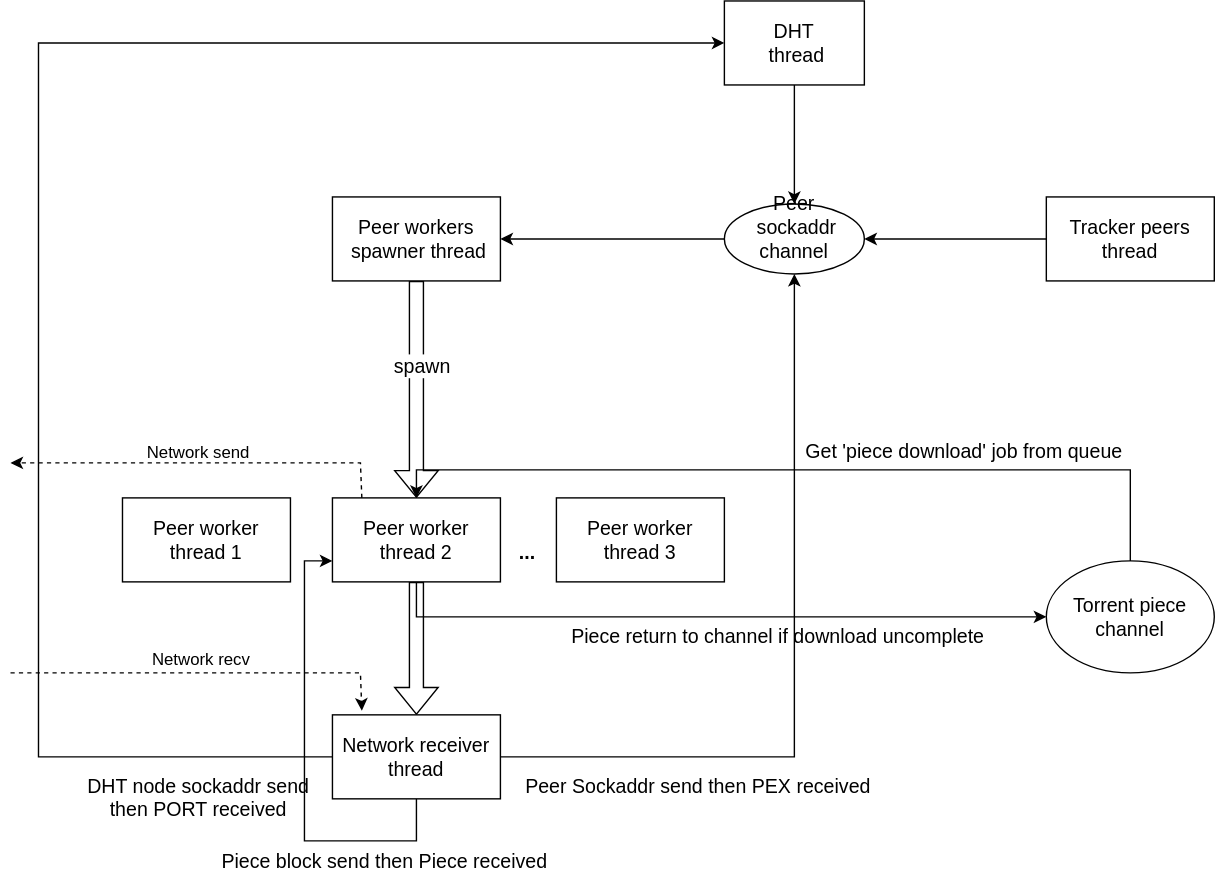
Earlier version of the draw.io export etc/get-torrent.drawio.svg (h04x/get-torrent). Source tidied: cells renumbered, new cells last; positions are measured from the earlier drawing's top-left corner, leaving out a move shared by most shapes.
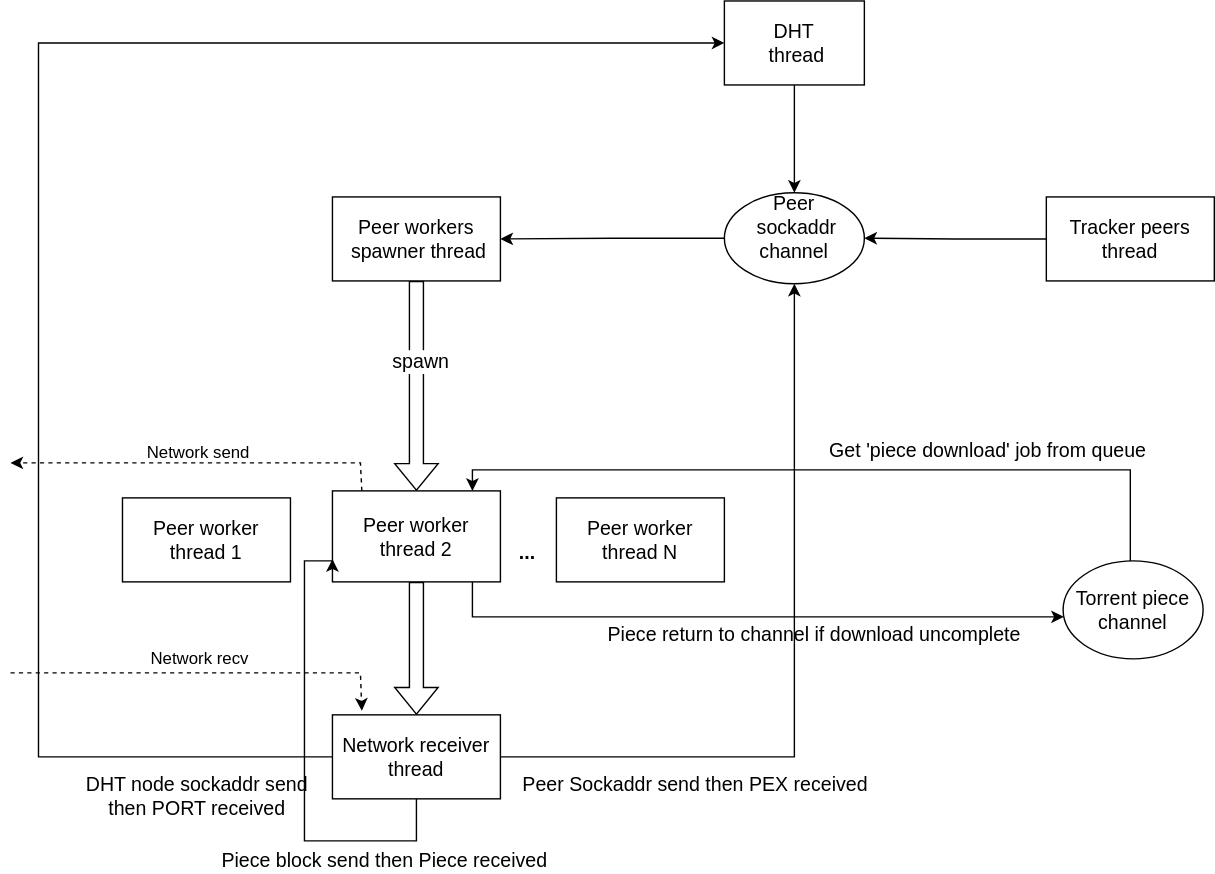
The same file after the commit.

Change to the diagram source:
```diff
@@ -6,7 +6,7 @@
       <mxGeometry relative="1" as="geometry" />
     </mxCell>
     <mxCell id="3" value="&lt;div&gt;Peer&lt;/div&gt;&lt;div&gt;&amp;nbsp;sockaddr channel&lt;/div&gt;&lt;div&gt;&lt;br&gt;&lt;/div&gt;" style="ellipse;whiteSpace=wrap;html=1;fontSize=14;" parent="1" vertex="1">
-      <mxGeometry x="510" y="145" width="100" height="50" as="geometry" />
+      <mxGeometry x="510" y="137" width="100" height="65" as="geometry" />
     </mxCell>
     <mxCell id="4" style="edgeStyle=orthogonalEdgeStyle;rounded=0;jettySize=auto;html=1;fontSize=14;" parent="1" edge="1" source="5" target="3">
       <mxGeometry relative="1" as="geometry" />
@@ -31,7 +31,7 @@
     <mxCell id="10" style="edgeStyle=orthogonalEdgeStyle;rounded=0;jettySize=auto;html=1;fontSize=14;" parent="1" edge="1" source="12" target="28">
       <mxGeometry relative="1" as="geometry">
         <Array as="points">
-          <mxPoint x="290" y="440" />
+          <mxPoint x="330" y="440" />
         </Array>
       </mxGeometry>
     </mxCell>
@@ -41,12 +41,12 @@
       </mxGeometry>
     </mxCell>
     <mxCell id="12" value="Peer worker thread 2" style="rounded=0;whiteSpace=wrap;html=1;fontSize=14;" parent="1" vertex="1">
-      <mxGeometry x="230" y="355" width="120" height="60" as="geometry" />
+      <mxGeometry x="230" y="350" width="120" height="65" as="geometry" />
     </mxCell>
     <mxCell id="13" value="&lt;div&gt;Peer worker&lt;br&gt;&lt;/div&gt;&lt;div&gt;thread 1&lt;br&gt;&lt;/div&gt;" style="rounded=0;whiteSpace=wrap;html=1;fontSize=14;" parent="1" vertex="1">
       <mxGeometry x="80" y="355" width="120" height="60" as="geometry" />
     </mxCell>
-    <mxCell id="14" value="&lt;div&gt;Peer worker thread 3&lt;br&gt;&lt;/div&gt;" style="rounded=0;whiteSpace=wrap;html=1;fontSize=14;" parent="1" vertex="1">
+    <mxCell id="14" value="&lt;div&gt;Peer worker thread N&lt;br&gt;&lt;/div&gt;" style="rounded=0;whiteSpace=wrap;html=1;fontSize=14;" parent="1" vertex="1">
       <mxGeometry x="390" y="355" width="120" height="60" as="geometry" />
     </mxCell>
     <mxCell id="15" style="edgeStyle=orthogonalEdgeStyle;rounded=0;jettySize=auto;html=1;entryX=0.5;entryY=0;entryDx=0;entryDy=0;fontSize=14;exitX=0.5;exitY=1;exitDx=0;exitDy=0;" parent="1" edge="1" source="16" target="3">
@@ -99,11 +99,13 @@
     <mxCell id="25" value="&lt;b&gt;...&lt;/b&gt;" style="text;html=1;align=center;verticalAlign=middle;strokeColor=none;fillColor=none;fontSize=14;" parent="1" vertex="1">
       <mxGeometry x="354" y="384" width="30" height="20" as="geometry" />
     </mxCell>
-    <mxCell id="26" style="edgeStyle=orthogonalEdgeStyle;rounded=0;jettySize=auto;html=1;entryX=0.5;entryY=0;entryDx=0;entryDy=0;fontSize=14;" parent="1" edge="1" source="28" target="12">
+    <mxCell id="26" style="edgeStyle=orthogonalEdgeStyle;rounded=0;jettySize=auto;html=1;fontSize=14;" parent="1" edge="1" source="28">
       <mxGeometry relative="1" as="geometry">
+        <mxPoint x="330" y="350" as="targetPoint" />
         <Array as="points">
           <mxPoint x="800" y="335" />
-          <mxPoint x="290" y="335" />
+          <mxPoint x="330" y="335" />
+          <mxPoint x="330" y="350" />
         </Array>
       </mxGeometry>
     </mxCell>
@@ -113,7 +115,7 @@
       </mxGeometry>
     </mxCell>
     <mxCell id="28" value="Torrent piece channel" style="ellipse;whiteSpace=wrap;html=1;fontSize=14;" parent="1" vertex="1">
-      <mxGeometry x="740" y="400" width="120" height="80" as="geometry" />
+      <mxGeometry x="752" y="400" width="100" height="70" as="geometry" />
     </mxCell>
     <mxCell id="29" style="endArrow=classic;html=1;rounded=0;exitX=0.175;exitY=0;exitDx=0;exitDy=0;exitPerimeter=0;dashed=1;" parent="1" edge="1" source="12">
       <mxGeometry relative="1" as="geometry">
```
